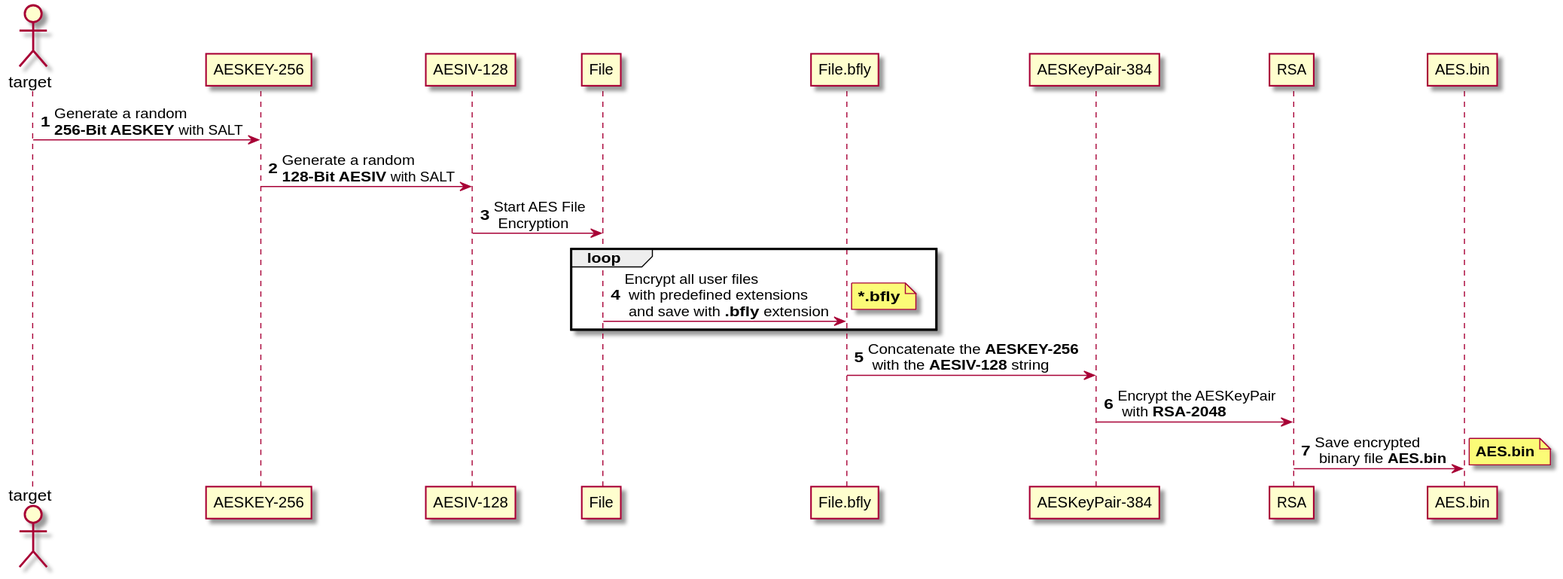
This is architecture/sequence_diagrams/aes.svg from bierschi/butterfly, a PlantUML export, as it was before one commit. Source of this version:
```plantuml
@startuml

actor target
participant "AESKEY-256"
participant "AESIV-128"
participant File
participant File.bfly
participant "AESKeyPair-384" as AESKeyPair
participant RSA
participant AES.bin

autonumber


target -> "AESKEY-256": Generate a random\n**256-Bit AESKEY** with SALT
"AESKEY-256" -> "AESIV-128": Generate a random\n**128-Bit AESIV** with SALT

"AESIV-128" -> File: Start AES File\n Encryption
loop
File -> File.bfly: Encrypt all user files\n with predefined extensions\n and save with **.bfly** extension
note right: **~*.bfly**
end

File.bfly -> AESKeyPair: Concatenate the **AESKEY-256**\n with the **AESIV-128** string

AESKeyPair -> RSA: Encrypt the AESKeyPair\n with **RSA-2048**
RSA -> AES.bin: Save encrypted\n binary file **AES.bin**
note right: **AES.bin**
@enduml
```
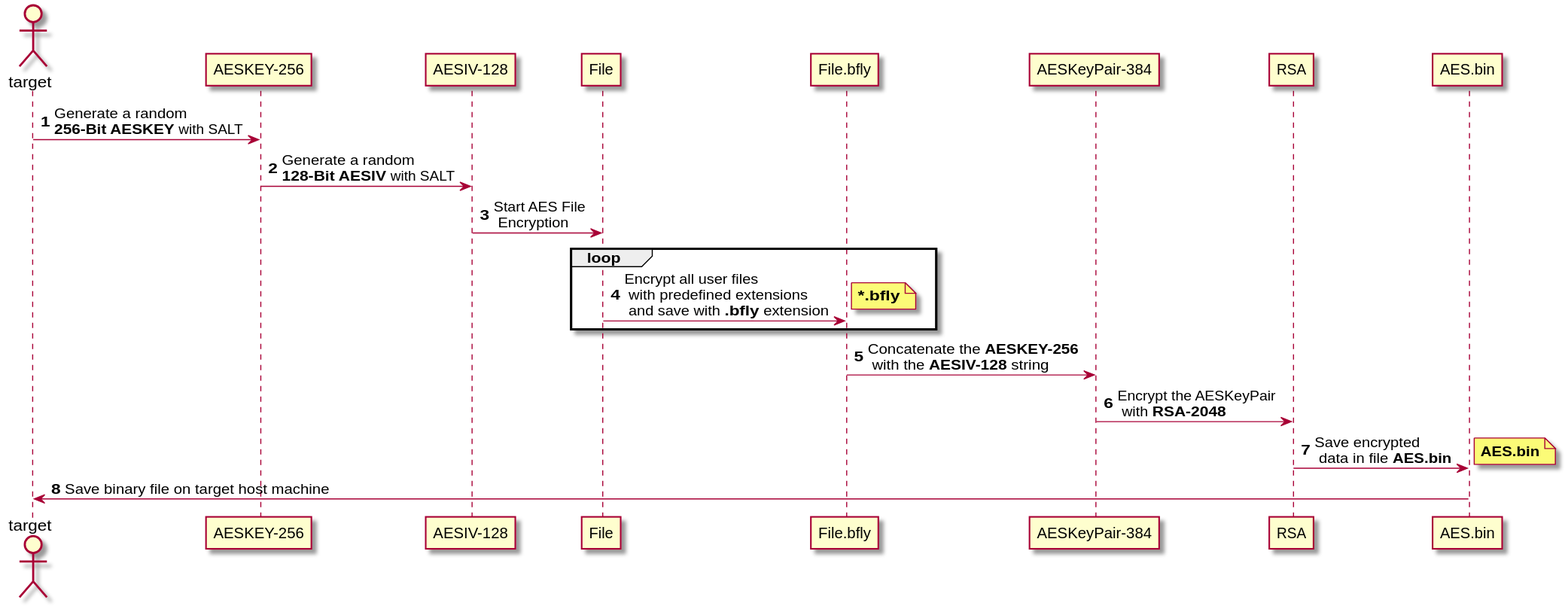
Above is the later version.

Diff of the diagram source:
```diff
@@ -24,6 +24,7 @@
 File.bfly -> AESKeyPair: Concatenate the **AESKEY-256**\n with the **AESIV-128** string
 
 AESKeyPair -> RSA: Encrypt the AESKeyPair\n with **RSA-2048**
-RSA -> AES.bin: Save encrypted\n binary file **AES.bin**
+RSA -> AES.bin: Save encrypted\n data in file **AES.bin**
 note right: **AES.bin**
+AES.bin -> target: Save binary file on target host machine
 @enduml
```
